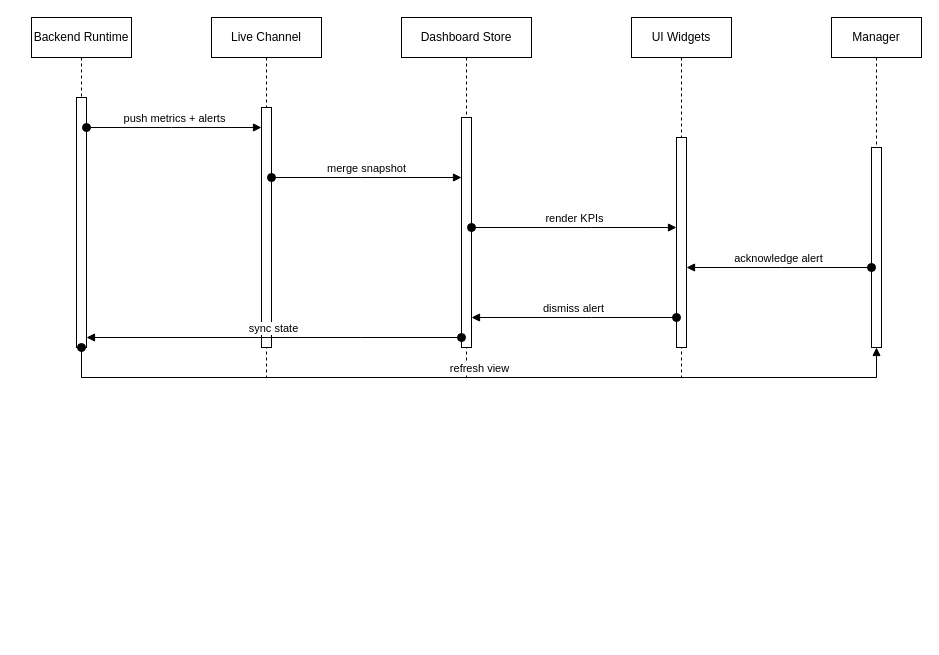
Above: report-latex/figures/drawio/chapter5_sequence.drawio in Salmen-BA21/Queue-Wait-Time-Estimation (draw.io), before the change. Source tidied: cells renumbered, new cells numbered last; positions are measured from the earlier drawing's top-left corner, leaving out a move shared by most shapes. Both pictures are drawn from the tidied source at 100%, with x=0, y=0 at pixel (31, 17).
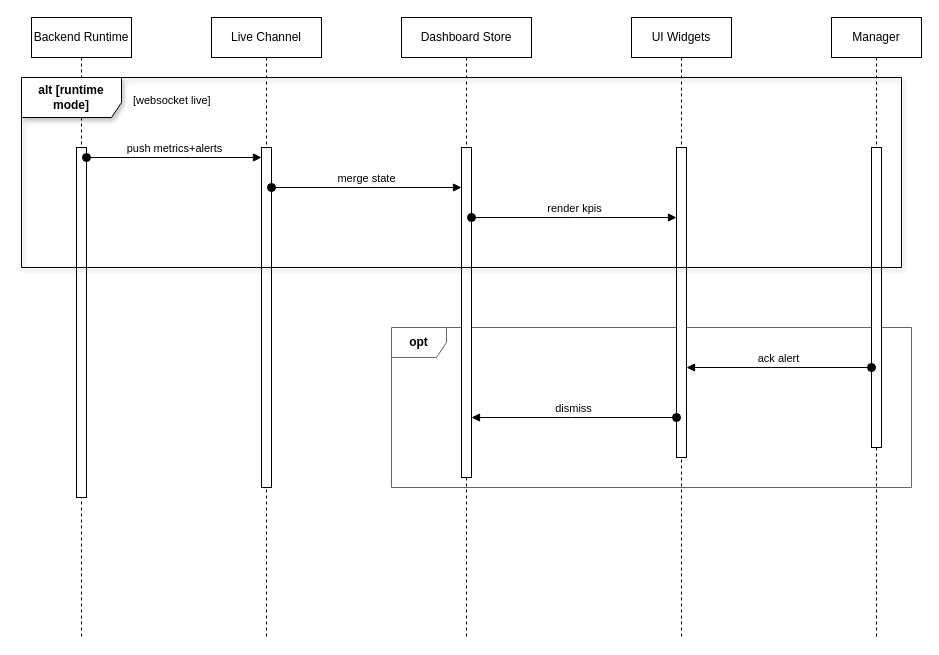
The same page after the edit.

What changed in the source:
```diff
@@
+    <mxCell id="19" value="opt" style="shape=umlFrame;whiteSpace=wrap;html=1;fillColor=none;strokeColor=#666666;fontStyle=1;width=55;height=30;" parent="1" vertex="1">
+      <mxGeometry x="360" y="310" width="520" height="160" as="geometry" />
+    </mxCell>
-    <mxCell id="2" value="Backend Runtime" style="shape=umlLifeline;perimeter=lifelinePerimeter;whiteSpace=wrap;html=1;newEdgeStyle={&quot;edgeStyle&quot;:&quot;elbowEdgeStyle&quot;,&quot;elbow&quot;:&quot;vertical&quot;,&quot;curved&quot;:0,&quot;rounded&quot;:0};" parent="1" vertex="1">
-      <mxGeometry width="100" height="360" as="geometry" />
+    <mxCell id="2" value="Backend Runtime" style="shape=umlLifeline;perimeter=lifelinePerimeter;whiteSpace=wrap;html=1;newEdgeStyle={&quot;edgeStyle&quot;:&quot;elbowEdgeStyle&quot;,&quot;elbow&quot;:&quot;vertical&quot;,&quot;curved&quot;:0,&quot;rounded&quot;:0};fillColor=default;strokeColor=default;" parent="1" vertex="1">
+      <mxGeometry width="100" height="620" as="geometry" />
     </mxCell>
     <mxCell id="3" style="html=1;points=[];perimeter=orthogonalPerimeter;outlineConnect=0;targetShapes=umlLifeline;portConstraint=eastwest;newEdgeStyle={&quot;edgeStyle&quot;:&quot;elbowEdgeStyle&quot;,&quot;elbow&quot;:&quot;vertical&quot;,&quot;curved&quot;:0,&quot;rounded&quot;:0};" parent="2" vertex="1">
-      <mxGeometry x="45" y="80" width="10" height="250" as="geometry" />
+      <mxGeometry x="45" y="130" width="10" height="350" as="geometry" />
     </mxCell>
     <mxCell id="4" value="Live Channel" style="shape=umlLifeline;perimeter=lifelinePerimeter;whiteSpace=wrap;html=1;newEdgeStyle={&quot;edgeStyle&quot;:&quot;elbowEdgeStyle&quot;,&quot;elbow&quot;:&quot;vertical&quot;,&quot;curved&quot;:0,&quot;rounded&quot;:0};" parent="1" vertex="1">
-      <mxGeometry x="180" width="110" height="360" as="geometry" />
+      <mxGeometry x="180" width="110" height="620" as="geometry" />
     </mxCell>
     <mxCell id="5" style="html=1;points=[];perimeter=orthogonalPerimeter;outlineConnect=0;targetShapes=umlLifeline;portConstraint=eastwest;newEdgeStyle={&quot;edgeStyle&quot;:&quot;elbowEdgeStyle&quot;,&quot;elbow&quot;:&quot;vertical&quot;,&quot;curved&quot;:0,&quot;rounded&quot;:0};" parent="4" vertex="1">
-      <mxGeometry x="50" y="90" width="10" height="240" as="geometry" />
+      <mxGeometry x="50" y="130" width="10" height="340" as="geometry" />
     </mxCell>
     <mxCell id="6" value="Dashboard Store" style="shape=umlLifeline;perimeter=lifelinePerimeter;whiteSpace=wrap;html=1;newEdgeStyle={&quot;edgeStyle&quot;:&quot;elbowEdgeStyle&quot;,&quot;elbow&quot;:&quot;vertical&quot;,&quot;curved&quot;:0,&quot;rounded&quot;:0};" parent="1" vertex="1">
-      <mxGeometry x="370" width="130" height="360" as="geometry" />
+      <mxGeometry x="370" width="130" height="620" as="geometry" />
     </mxCell>
     <mxCell id="7" style="html=1;points=[];perimeter=orthogonalPerimeter;outlineConnect=0;targetShapes=umlLifeline;portConstraint=eastwest;newEdgeStyle={&quot;edgeStyle&quot;:&quot;elbowEdgeStyle&quot;,&quot;elbow&quot;:&quot;vertical&quot;,&quot;curved&quot;:0,&quot;rounded&quot;:0};" parent="6" vertex="1">
-      <mxGeometry x="60" y="100" width="10" height="230" as="geometry" />
+      <mxGeometry x="60" y="130" width="10" height="330" as="geometry" />
     </mxCell>
     <mxCell id="8" value="UI Widgets" style="shape=umlLifeline;perimeter=lifelinePerimeter;whiteSpace=wrap;html=1;newEdgeStyle={&quot;edgeStyle&quot;:&quot;elbowEdgeStyle&quot;,&quot;elbow&quot;:&quot;vertical&quot;,&quot;curved&quot;:0,&quot;rounded&quot;:0};" parent="1" vertex="1">
-      <mxGeometry x="600" width="100" height="360" as="geometry" />
+      <mxGeometry x="600" width="100" height="620" as="geometry" />
     </mxCell>
     <mxCell id="9" style="html=1;points=[];perimeter=orthogonalPerimeter;outlineConnect=0;targetShapes=umlLifeline;portConstraint=eastwest;newEdgeStyle={&quot;edgeStyle&quot;:&quot;elbowEdgeStyle&quot;,&quot;elbow&quot;:&quot;vertical&quot;,&quot;curved&quot;:0,&quot;rounded&quot;:0};" parent="8" vertex="1">
-      <mxGeometry x="45" y="120" width="10" height="210" as="geometry" />
+      <mxGeometry x="45" y="130" width="10" height="310" as="geometry" />
     </mxCell>
     <mxCell id="10" value="Manager" style="shape=umlLifeline;perimeter=lifelinePerimeter;whiteSpace=wrap;html=1;newEdgeStyle={&quot;edgeStyle&quot;:&quot;elbowEdgeStyle&quot;,&quot;elbow&quot;:&quot;vertical&quot;,&quot;curved&quot;:0,&quot;rounded&quot;:0};" parent="1" vertex="1">
-      <mxGeometry x="800" width="90" height="360" as="geometry" />
+      <mxGeometry x="800" width="90" height="620" as="geometry" />
     </mxCell>
     <mxCell id="11" style="html=1;points=[];perimeter=orthogonalPerimeter;outlineConnect=0;targetShapes=umlLifeline;portConstraint=eastwest;newEdgeStyle={&quot;edgeStyle&quot;:&quot;elbowEdgeStyle&quot;,&quot;elbow&quot;:&quot;vertical&quot;,&quot;curved&quot;:0,&quot;rounded&quot;:0};" parent="10" vertex="1">
-      <mxGeometry x="40" y="130" width="10" height="200" as="geometry" />
+      <mxGeometry x="40" y="130" width="10" height="300" as="geometry" />
     </mxCell>
-    <mxCell id="12" value="push metrics + alerts" style="html=1;verticalAlign=bottom;startArrow=oval;endArrow=block;startSize=8;edgeStyle=elbowEdgeStyle;elbow=vertical;curved=0;rounded=0;" parent="1" edge="1" source="3" target="5">
+    <mxCell id="12" value="push metrics+alerts" style="html=1;verticalAlign=bottom;startArrow=oval;endArrow=block;startSize=8;edgeStyle=elbowEdgeStyle;elbow=vertical;curved=0;rounded=0;" parent="1" edge="1" source="3" target="5">
       <mxGeometry relative="1" as="geometry">
         <Array as="points">
-          <mxPoint x="140" y="110" />
+          <mxPoint x="160" y="140" />
         </Array>
       </mxGeometry>
     </mxCell>
-    <mxCell id="13" value="merge snapshot" style="html=1;verticalAlign=bottom;startArrow=oval;endArrow=block;startSize=8;edgeStyle=elbowEdgeStyle;elbow=vertical;curved=0;rounded=0;" parent="1" edge="1" source="5" target="7">
+    <mxCell id="13" value="merge state" style="html=1;verticalAlign=bottom;startArrow=oval;endArrow=block;startSize=8;edgeStyle=elbowEdgeStyle;elbow=vertical;curved=0;rounded=0;" parent="1" edge="1" source="5" target="7">
       <mxGeometry relative="1" as="geometry">
         <Array as="points">
-          <mxPoint x="330" y="160" />
+          <mxPoint x="340" y="170" />
         </Array>
       </mxGeometry>
     </mxCell>
-    <mxCell id="14" value="render KPIs" style="html=1;verticalAlign=bottom;startArrow=oval;endArrow=block;startSize=8;edgeStyle=elbowEdgeStyle;elbow=vertical;curved=0;rounded=0;" parent="1" edge="1" source="7" target="9">
+    <mxCell id="14" value="render kpis" style="html=1;verticalAlign=bottom;startArrow=oval;endArrow=block;startSize=8;edgeStyle=elbowEdgeStyle;elbow=vertical;curved=0;rounded=0;" parent="1" edge="1" source="7" target="9">
       <mxGeometry relative="1" as="geometry">
         <Array as="points">
-          <mxPoint x="560" y="210" />
+          <mxPoint x="543" y="200" />
         </Array>
       </mxGeometry>
     </mxCell>
-    <mxCell id="15" value="acknowledge alert" style="html=1;verticalAlign=bottom;startArrow=oval;endArrow=block;startSize=8;edgeStyle=elbowEdgeStyle;elbow=vertical;curved=0;rounded=0;" parent="1" edge="1" source="11" target="9">
+    <mxCell id="15" value="ack alert" style="html=1;verticalAlign=bottom;startArrow=oval;endArrow=block;startSize=8;edgeStyle=elbowEdgeStyle;elbow=vertical;curved=0;rounded=0;" parent="1" edge="1" source="11" target="9">
       <mxGeometry relative="1" as="geometry">
         <Array as="points">
-          <mxPoint x="750" y="250" />
+          <mxPoint x="740" y="350" />
         </Array>
       </mxGeometry>
     </mxCell>
-    <mxCell id="16" value="dismiss alert" style="html=1;verticalAlign=bottom;startArrow=oval;endArrow=block;startSize=8;edgeStyle=elbowEdgeStyle;elbow=vertical;curved=0;rounded=0;" parent="1" edge="1" source="9" target="7">
+    <mxCell id="16" value="dismiss" style="html=1;verticalAlign=bottom;startArrow=oval;endArrow=block;startSize=8;edgeStyle=elbowEdgeStyle;elbow=vertical;curved=0;rounded=0;" parent="1" edge="1" source="9" target="7">
       <mxGeometry relative="1" as="geometry">
         <Array as="points">
-          <mxPoint x="560" y="300" />
+          <mxPoint x="540" y="400" />
         </Array>
       </mxGeometry>
     </mxCell>
-    <mxCell id="17" value="sync state" style="html=1;verticalAlign=bottom;startArrow=oval;endArrow=block;startSize=8;edgeStyle=elbowEdgeStyle;elbow=vertical;curved=0;rounded=0;" parent="1" edge="1" source="7" target="3">
-      <mxGeometry relative="1" as="geometry">
-        <Array as="points">
-          <mxPoint x="330" y="320" />
-        </Array>
-      </mxGeometry>
-    </mxCell>
-    <mxCell id="18" value="refresh view" style="html=1;verticalAlign=bottom;startArrow=oval;endArrow=block;startSize=8;edgeStyle=elbowEdgeStyle;elbow=vertical;curved=0;rounded=0;" parent="1" edge="1" source="3" target="11">
-      <mxGeometry relative="1" as="geometry">
-        <Array as="points">
-          <mxPoint x="760" y="360" />
-        </Array>
-      </mxGeometry>
-    </mxCell>
+    <mxCell id="20" value="[websocket live]" style="text;html=1;strokeColor=none;fillColor=none;align=left;verticalAlign=top;whiteSpace=wrap;rounded=0;fontSize=11;" parent="1" vertex="1">
+      <mxGeometry x="100" y="70" width="180" height="20" as="geometry" />
+    </mxCell>
+    <mxCell id="21" value="&lt;span style=&quot;background-color: light-dark(#ffffff, var(--ge-dark-color, #121212));&quot;&gt;alt [runtime mode]&lt;/span&gt;" style="shape=umlFrame;whiteSpace=wrap;html=1;fontStyle=1;width=100;height=40;shadow=1;" parent="1" vertex="1">
+      <mxGeometry x="-10" y="60" width="880" height="190" as="geometry" />
+    </mxCell>
```
